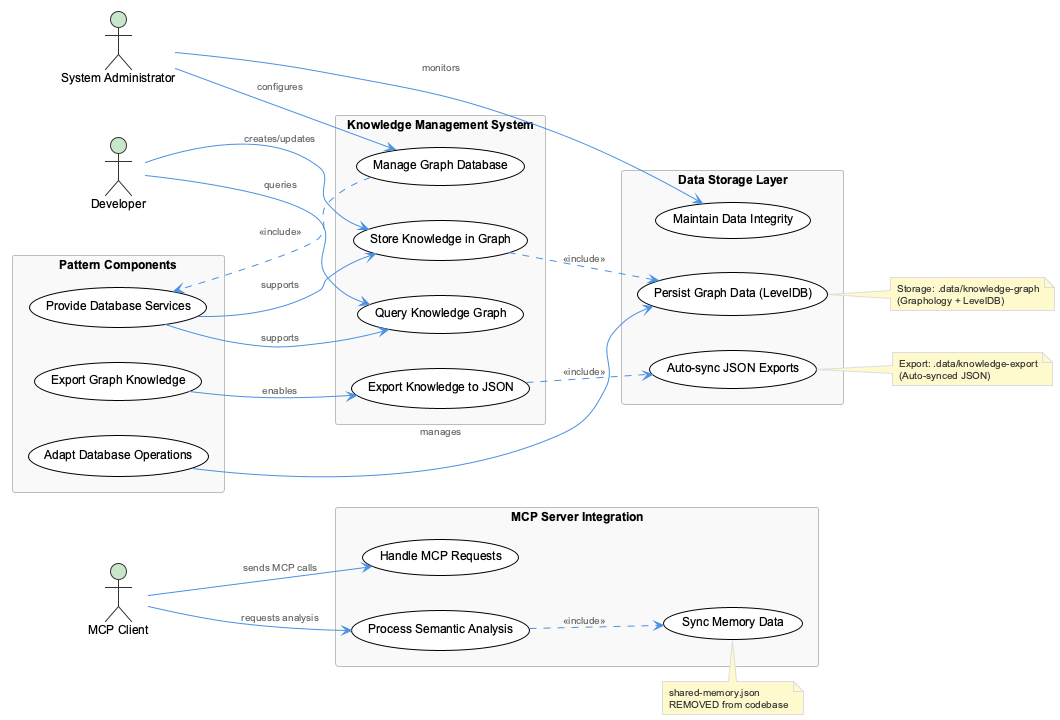
This is knowledge-management/insights/images/mcpmemory-logging-integration-pattern-use-cases.png from fwornle/coding, a PlantUML export, as it was before one commit.
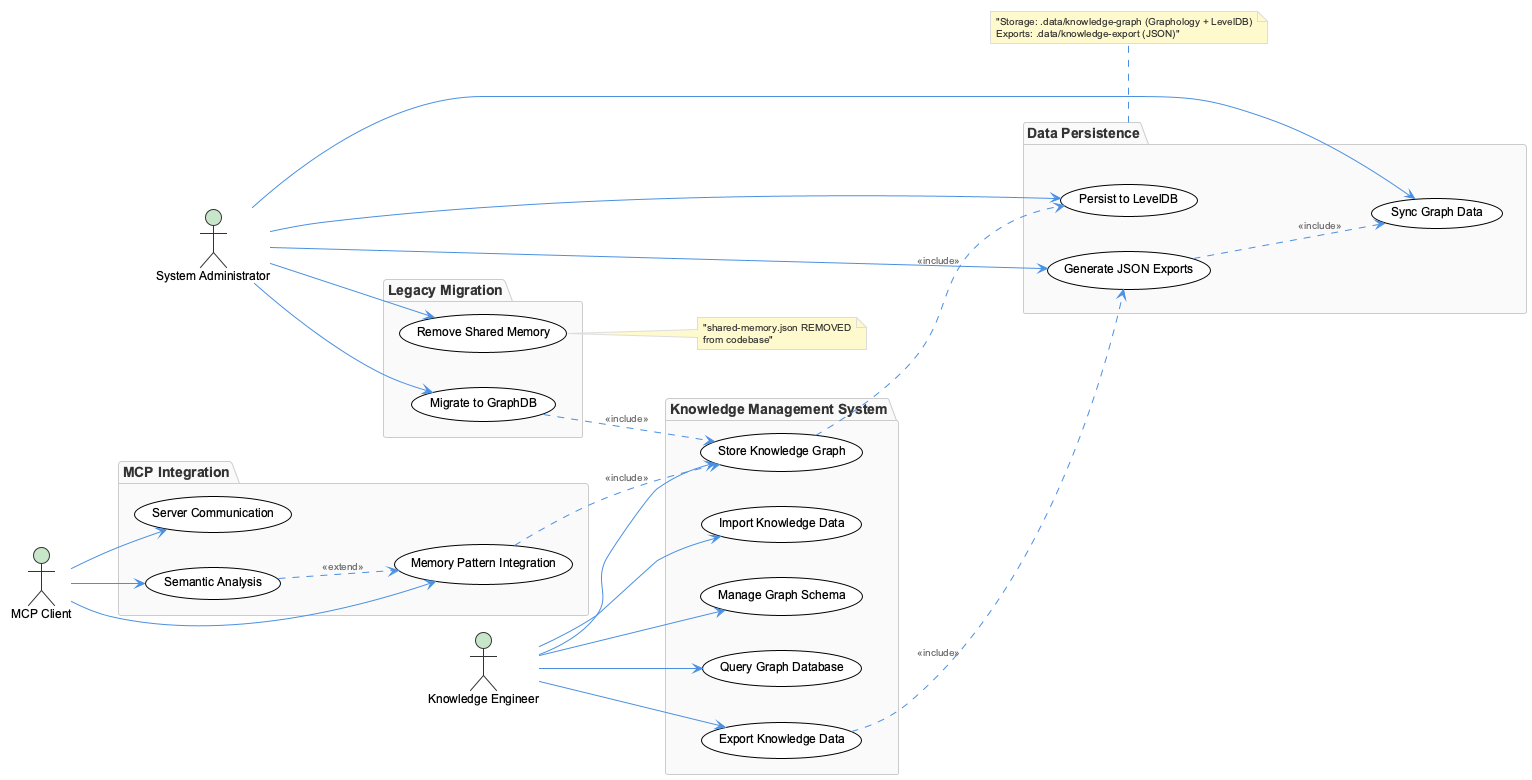
Above is the later version.

Change to the diagram source:
```diff
@@ -3,54 +3,60 @@
 
 left to right direction
 
-actor "Developer" as Dev
-actor "MCP Client" as Client
-actor "System Administrator" as Admin
+actor "Knowledge Engineer" as KE
+actor "MCP Client" as MCP
+actor "System Administrator" as SA
 
-rectangle "Knowledge Management System" {
-  usecase "Store Knowledge in Graph" as UC1
-  usecase "Export Knowledge to JSON" as UC2
-  usecase "Query Knowledge Graph" as UC3
-  usecase "Manage Graph Database" as UC4
+package "Knowledge Management System" {
+  usecase "Store Knowledge Graph" as UC1
+  usecase "Query Graph Database" as UC2
+  usecase "Export Knowledge Data" as UC3
+  usecase "Import Knowledge Data" as UC4
+  usecase "Manage Graph Schema" as UC5
 }
 
-rectangle "MCP Server Integration" {
-  usecase "Process Semantic Analysis" as UC5
-  usecase "Handle MCP Requests" as UC6
-  usecase "Sync Memory Data" as UC7
+package "MCP Integration" {
+  usecase "Semantic Analysis" as UC6
+  usecase "Memory Pattern Integration" as UC7
+  usecase "Server Communication" as UC8
 }
 
-rectangle "Data Storage Layer" {
-  usecase "Persist Graph Data (LevelDB)" as UC8
-  usecase "Auto-sync JSON Exports" as UC9
-  usecase "Maintain Data Integrity" as UC10
+package "Data Persistence" {
+  usecase "Persist to LevelDB" as UC9
+  usecase "Generate JSON Exports" as UC10
+  usecase "Sync Graph Data" as UC11
 }
 
-rectangle "Pattern Components" {
-  usecase "Adapt Database Operations" as UC11
-  usecase "Export Graph Knowledge" as UC12
-  usecase "Provide Database Services" as UC13
+package "Legacy Migration" {
+  usecase "Remove Shared Memory" as UC12
+  usecase "Migrate to GraphDB" as UC13
 }
 
-Dev --> UC1 : creates/updates
-Dev --> UC3 : queries
-Client --> UC5 : requests analysis
-Client --> UC6 : sends MCP calls
-Admin --> UC4 : configures
-Admin --> UC10 : monitors
+KE --> UC1
+KE --> UC2
+KE --> UC3
+KE --> UC4
+KE --> UC5
 
-UC1 ..> UC8 : <<include>>
-UC2 ..> UC9 : <<include>>
-UC5 ..> UC7 : <<include>>
-UC4 ..> UC13 : <<include>>
+MCP --> UC6
+MCP --> UC7
+MCP --> UC8
 
-UC11 --> UC8 : manages
-UC12 --> UC2 : enables
-UC13 --> UC1 : supports
-UC13 --> UC3 : supports
+SA --> UC9
+SA --> UC10
+SA --> UC11
+SA --> UC12
+SA --> UC13
 
-note right of UC8 : Storage: .data/knowledge-graph\n(Graphology + LevelDB)
-note right of UC9 : Export: .data/knowledge-export\n(Auto-synced JSON)
-note top of UC7 : shared-memory.json\nREMOVED from codebase
+UC1 ..> UC9 : <<include>>
+UC3 ..> UC10 : <<include>>
+UC10 ..> UC11 : <<include>>
+UC7 ..> UC1 : <<include>>
+UC6 ..> UC7 : <<extend>>
+UC13 ..> UC1 : <<include>>
+
+note right of UC12 : "shared-memory.json REMOVED\nfrom codebase"
+
+note bottom of "Data Persistence" : "Storage: .data/knowledge-graph (Graphology + LevelDB)\nExports: .data/knowledge-export (JSON)"
 
 @enduml
```
